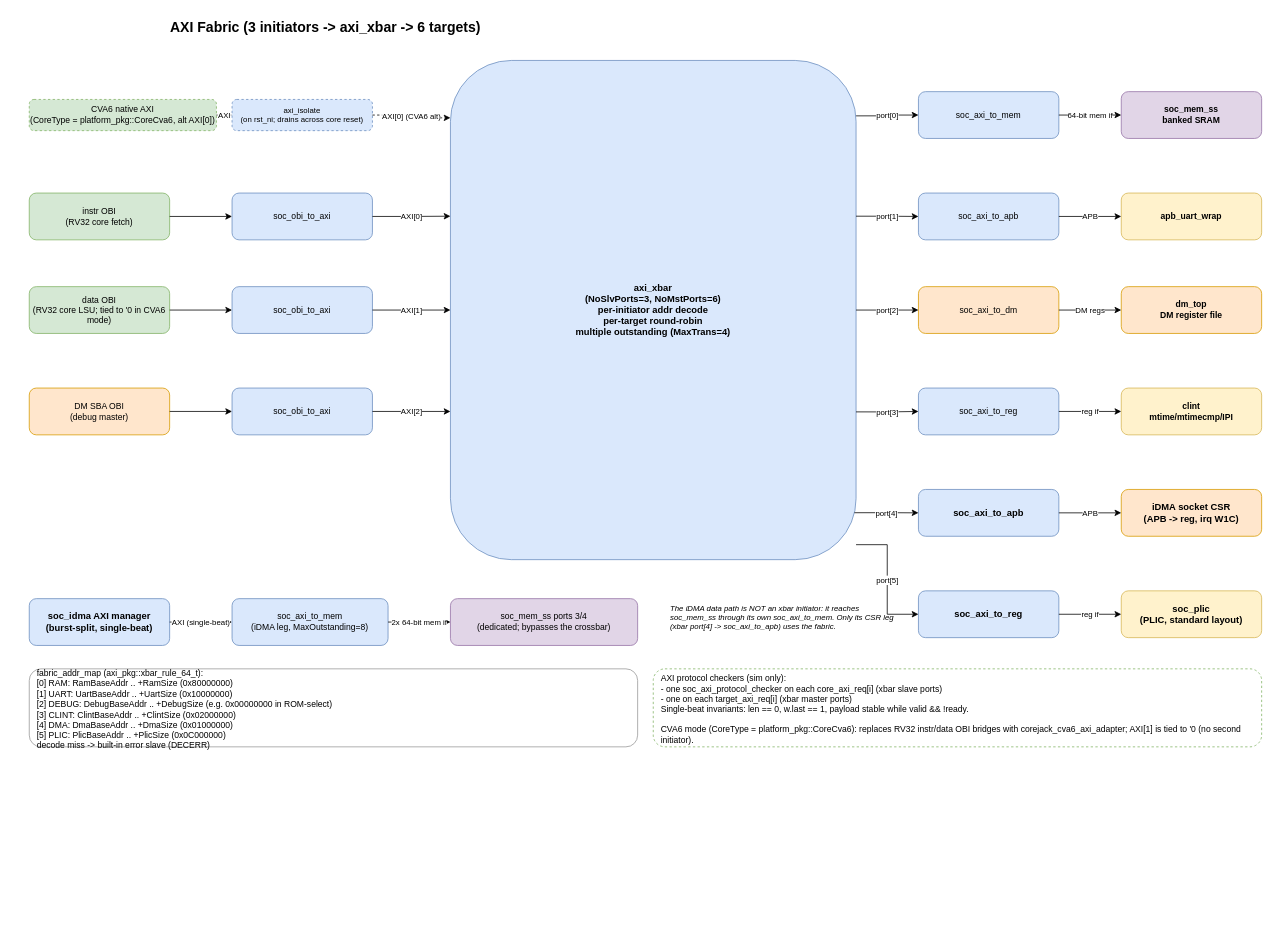
patrickerich/corejack keeps this draw.io diagram as page "AXI Fabric" (2 of 8) of docs/source/media/corejack_soc.drawio. Above is the earlier version. Source tidied: cells renumbered, new cells numbered last; positions are measured from the earlier drawing's top-left corner, leaving out a move shared by most shapes. Both pictures are drawn from the tidied source at 78%, with x=0, y=0 at pixel (13, 13).
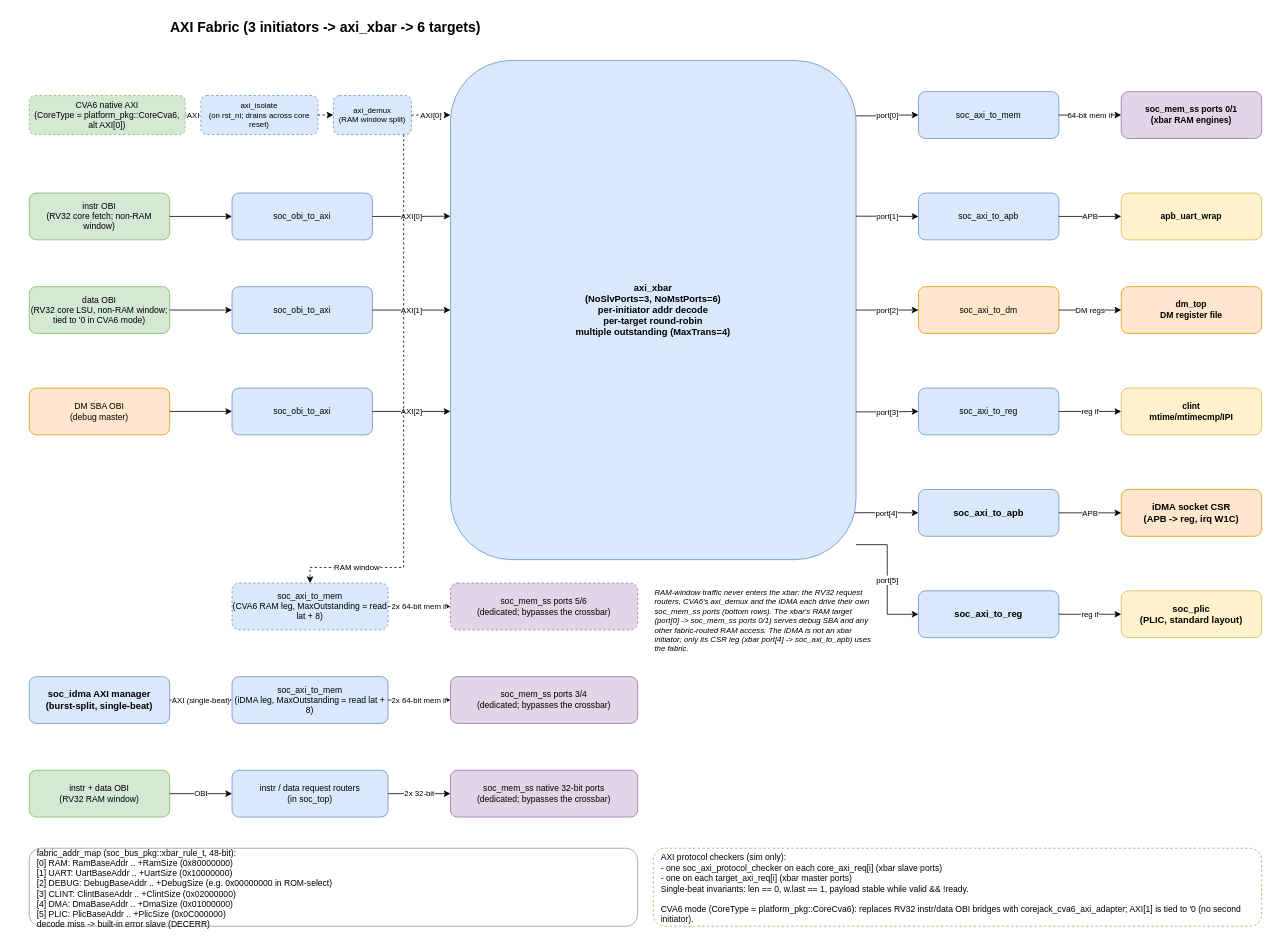
Above is the later version.

The change refers to these unchanged cells:
```xml
<mxCell id="10" value="axi_xbar&#10;(NoSlvPorts=3, NoMstPorts=6)&#10;per-initiator addr decode&#10;per-target round-robin&#10;multiple outstanding (MaxTrans=4)" style="rounded=1;whiteSpace=wrap;html=1;fillColor=#dae8fc;strokeColor=#6c8ebf;fontSize=12;fontStyle=1;verticalAlign=middle;" parent="1" vertex="1">
  <mxGeometry x="560" y="60" width="520" height="640" as="geometry" />
</mxCell>
```

The edit, as a diff of the source:
```diff
@@
     <mxCell id="3" value="CVA6 native AXI&#10;(CoreType = platform_pkg::CoreCva6, alt AXI[0])" style="rounded=1;whiteSpace=wrap;html=1;fillColor=#d5e8d4;strokeColor=#82b366;fontSize=11;verticalAlign=middle;dashed=1;" parent="1" vertex="1">
-      <mxGeometry x="20" y="110" width="240" height="40" as="geometry" />
+      <mxGeometry x="20" y="105" width="200" height="50" as="geometry" />
     </mxCell>
-    <mxCell id="4" value="instr OBI&#10;(RV32 core fetch)" style="rounded=1;whiteSpace=wrap;html=1;fillColor=#d5e8d4;strokeColor=#82b366;fontSize=11;verticalAlign=middle;" parent="1" vertex="1">
+    <mxCell id="4" value="instr OBI&#10;(RV32 core fetch; non-RAM window)" style="rounded=1;whiteSpace=wrap;html=1;fillColor=#d5e8d4;strokeColor=#82b366;fontSize=11;verticalAlign=middle;" parent="1" vertex="1">
       <mxGeometry x="20" y="230" width="180" height="60" as="geometry" />
     </mxCell>
-    <mxCell id="5" value="data OBI&#10;(RV32 core LSU; tied to '0 in CVA6 mode)" style="rounded=1;whiteSpace=wrap;html=1;fillColor=#d5e8d4;strokeColor=#82b366;fontSize=11;verticalAlign=middle;" parent="1" vertex="1">
+    <mxCell id="5" value="data OBI&#10;(RV32 core LSU, non-RAM window;&#10;tied to '0 in CVA6 mode)" style="rounded=1;whiteSpace=wrap;html=1;fillColor=#d5e8d4;strokeColor=#82b366;fontSize=11;verticalAlign=middle;" parent="1" vertex="1">
       <mxGeometry x="20" y="350" width="180" height="60" as="geometry" />
     </mxCell>
@@
     <mxCell id="11" value="soc_idma AXI manager&#10;(burst-split, single-beat)" style="rounded=1;whiteSpace=wrap;html=1;fillColor=#dae8fc;strokeColor=#6c8ebf;fontSize=12;fontStyle=1;verticalAlign=middle;" parent="1" vertex="1">
-      <mxGeometry x="20" y="750" width="180" height="60" as="geometry" />
+      <mxGeometry x="20" y="850" width="180" height="60" as="geometry" />
     </mxCell>
@@
-    <mxCell id="25" value="soc_mem_ss&#10;banked SRAM" style="rounded=1;whiteSpace=wrap;html=1;fillColor=#e1d5e7;strokeColor=#9673a6;fontSize=11;fontStyle=1;verticalAlign=middle;" parent="1" vertex="1">
+    <mxCell id="25" value="soc_mem_ss ports 0/1&#10;(xbar RAM engines)" style="rounded=1;whiteSpace=wrap;html=1;fillColor=#e1d5e7;strokeColor=#9673a6;fontSize=11;fontStyle=1;verticalAlign=middle;" parent="1" vertex="1">
       <mxGeometry x="1420" y="100" width="180" height="60" as="geometry" />
     </mxCell>
@@
-    <mxCell id="29" value="fabric_addr_map (axi_pkg::xbar_rule_64_t):&#10;[0] RAM:   RamBaseAddr   .. +RamSize     (0x80000000)&#10;[1] UART:  UartBaseAddr  .. +UartSize    (0x10000000)&#10;[2] DEBUG: DebugBaseAddr .. +DebugSize   (e.g. 0x00000000 in ROM-select)&#10;[3] CLINT: ClintBaseAddr .. +ClintSize   (0x02000000)&#10;[4] DMA:   DmaBaseAddr   .. +DmaSize     (0x01000000)&#10;[5] PLIC:  PlicBaseAddr  .. +PlicSize    (0x0C000000)&#10;decode miss -&gt; built-in error slave (DECERR)" style="rounded=1;whiteSpace=wrap;html=1;fillColor=#FFFFFF;strokeColor=#999999;fontSize=11;align=left;spacingLeft=8;spacingTop=4;" parent="1" vertex="1">
-      <mxGeometry x="20" y="840" width="780" height="100" as="geometry" />
+    <mxCell id="29" value="fabric_addr_map (soc_bus_pkg::xbar_rule_t, 48-bit):&#10;[0] RAM:   RamBaseAddr   .. +RamSize     (0x80000000)&#10;[1] UART:  UartBaseAddr  .. +UartSize    (0x10000000)&#10;[2] DEBUG: DebugBaseAddr .. +DebugSize   (e.g. 0x00000000 in ROM-select)&#10;[3] CLINT: ClintBaseAddr .. +ClintSize   (0x02000000)&#10;[4] DMA:   DmaBaseAddr   .. +DmaSize     (0x01000000)&#10;[5] PLIC:  PlicBaseAddr  .. +PlicSize    (0x0C000000)&#10;decode miss -&gt; built-in error slave (DECERR)" style="rounded=1;whiteSpace=wrap;html=1;fillColor=#FFFFFF;strokeColor=#999999;fontSize=11;align=left;spacingLeft=8;spacingTop=4;" parent="1" vertex="1">
+      <mxGeometry x="20" y="1070" width="780" height="100" as="geometry" />
     </mxCell>
     <mxCell id="30" value="AXI protocol checkers (sim only):&#10;- one soc_axi_protocol_checker on each core_axi_req[i] (xbar slave ports)&#10;- one on each target_axi_req[i] (xbar master ports)&#10;Single-beat invariants: len == 0, w.last == 1, payload stable while valid &amp;&amp; !ready.&#10;&#10;CVA6 mode (CoreType = platform_pkg::CoreCva6): replaces RV32 instr/data OBI bridges with corejack_cva6_axi_adapter; AXI[1] is tied to '0 (no second initiator)." style="rounded=1;whiteSpace=wrap;html=1;fillColor=#FFFFFF;strokeColor=#82b366;fontSize=11;align=left;spacingLeft=8;spacingTop=4;dashed=1;" parent="1" vertex="1">
-      <mxGeometry x="820" y="840" width="780" height="100" as="geometry" />
+      <mxGeometry x="820" y="1070" width="780" height="100" as="geometry" />
     </mxCell>
@@
     <mxCell id="46" value="axi_isolate&#10;(on rst_ni; drains across core reset)" style="rounded=1;whiteSpace=wrap;html=1;fillColor=#dae8fc;strokeColor=#6c8ebf;fontSize=10;verticalAlign=middle;dashed=1;" parent="1" vertex="1">
-      <mxGeometry x="280" y="110" width="180" height="40" as="geometry" />
+      <mxGeometry x="240" y="105" width="150" height="50" as="geometry" />
     </mxCell>
+    <mxCell id="52" value="axi_demux&#10;(RAM window split)" style="rounded=1;whiteSpace=wrap;html=1;fillColor=#dae8fc;strokeColor=#6c8ebf;fontSize=11;verticalAlign=middle;dashed=1;fontSize=10;" parent="1" vertex="1">
+      <mxGeometry x="410" y="105" width="100" height="50" as="geometry" />
+    </mxCell>
-    <mxCell id="47" value="AXI[0] (CVA6 alt)" style="endArrow=classic;html=1;edgeStyle=orthogonalEdgeStyle;rounded=0;exitX=1;exitY=0.5;fontSize=10;dashed=1;entryX=0;entryY=0.115;entryDx=0;entryDy=0;entryPerimeter=0;" parent="1" edge="1" source="46" target="10">
+    <mxCell id="47" style="endArrow=classic;html=1;edgeStyle=orthogonalEdgeStyle;rounded=0;exitX=1;exitY=0.5;fontSize=10;dashed=1;entryX=0;entryY=0.5;" parent="1" edge="1" source="46" target="52">
       <mxGeometry relative="1" as="geometry" />
     </mxCell>
+    <mxCell id="53" value="AXI[0]" style="endArrow=classic;html=1;edgeStyle=orthogonalEdgeStyle;rounded=0;fontSize=10;exitX=1;exitY=0.5;entryX=0;entryY=0.1094;dashed=1;" parent="1" edge="1" source="52" target="10">
+      <mxGeometry relative="1" as="geometry" />
+    </mxCell>
+    <mxCell id="54" value="soc_axi_to_mem&#10;(CVA6 RAM leg, MaxOutstanding = read lat + 8)" style="rounded=1;whiteSpace=wrap;html=1;fillColor=#dae8fc;strokeColor=#6c8ebf;fontSize=11;verticalAlign=middle;dashed=1;" parent="1" vertex="1">
+      <mxGeometry x="280" y="730" width="200" height="60" as="geometry" />
+    </mxCell>
+    <mxCell id="55" value="soc_mem_ss ports 5/6&#10;(dedicated; bypasses the crossbar)" style="rounded=1;whiteSpace=wrap;html=1;fillColor=#e1d5e7;strokeColor=#9673a6;fontSize=11;verticalAlign=middle;dashed=1;" parent="1" vertex="1">
+      <mxGeometry x="560" y="730" width="240" height="60" as="geometry" />
+    </mxCell>
+    <mxCell id="56" value="RAM window" style="endArrow=classic;html=1;edgeStyle=orthogonalEdgeStyle;rounded=0;fontSize=10;exitX=0.9;exitY=1;entryX=0.5;entryY=0;dashed=1;" parent="1" edge="1" source="52" target="54">
+      <mxGeometry x="0.77" relative="1" as="geometry">
+        <Array as="points">
+          <mxPoint x="500" y="710" />
+          <mxPoint x="380" y="710" />
+        </Array>
+      </mxGeometry>
+    </mxCell>
+    <mxCell id="57" value="2x 64-bit mem if" style="endArrow=classic;html=1;edgeStyle=orthogonalEdgeStyle;rounded=0;fontSize=10;exitX=1;exitY=0.5;entryX=0;entryY=0.5;dashed=1;" parent="1" edge="1" source="54" target="55">
+      <mxGeometry relative="1" as="geometry" />
+    </mxCell>
+    <mxCell id="58" value="instr + data OBI&#10;(RV32 RAM window)" style="rounded=1;whiteSpace=wrap;html=1;fillColor=#d5e8d4;strokeColor=#82b366;fontSize=11;verticalAlign=middle;" parent="1" vertex="1">
+      <mxGeometry x="20" y="970" width="180" height="60" as="geometry" />
+    </mxCell>
+    <mxCell id="59" value="instr / data request routers&#10;(in soc_top)" style="rounded=1;whiteSpace=wrap;html=1;fillColor=#dae8fc;strokeColor=#6c8ebf;fontSize=11;verticalAlign=middle;" parent="1" vertex="1">
+      <mxGeometry x="280" y="970" width="200" height="60" as="geometry" />
+    </mxCell>
+    <mxCell id="60" value="soc_mem_ss native 32-bit ports&#10;(dedicated; bypasses the crossbar)" style="rounded=1;whiteSpace=wrap;html=1;fillColor=#e1d5e7;strokeColor=#9673a6;fontSize=11;verticalAlign=middle;" parent="1" vertex="1">
+      <mxGeometry x="560" y="970" width="240" height="60" as="geometry" />
+    </mxCell>
+    <mxCell id="61" value="OBI" style="endArrow=classic;html=1;edgeStyle=orthogonalEdgeStyle;rounded=0;fontSize=10;exitX=1;exitY=0.5;entryX=0;entryY=0.5;" parent="1" edge="1" source="58" target="59">
+      <mxGeometry relative="1" as="geometry" />
+    </mxCell>
+    <mxCell id="62" value="2x 32-bit" style="endArrow=classic;html=1;edgeStyle=orthogonalEdgeStyle;rounded=0;fontSize=10;exitX=1;exitY=0.5;entryX=0;entryY=0.5;" parent="1" edge="1" source="59" target="60">
+      <mxGeometry relative="1" as="geometry" />
+    </mxCell>
-    <mxCell id="48" value="soc_axi_to_mem&#10;(iDMA leg, MaxOutstanding=8)" style="rounded=1;whiteSpace=wrap;html=1;fillColor=#dae8fc;strokeColor=#6c8ebf;fontSize=11;verticalAlign=middle;" parent="1" vertex="1">
-      <mxGeometry x="280" y="750" width="200" height="60" as="geometry" />
+    <mxCell id="48" value="soc_axi_to_mem&#10;(iDMA leg, MaxOutstanding = read lat + 8)" style="rounded=1;whiteSpace=wrap;html=1;fillColor=#dae8fc;strokeColor=#6c8ebf;fontSize=11;verticalAlign=middle;" parent="1" vertex="1">
+      <mxGeometry x="280" y="850" width="200" height="60" as="geometry" />
     </mxCell>
     <mxCell id="49" value="soc_mem_ss ports 3/4&#10;(dedicated; bypasses the crossbar)" style="rounded=1;whiteSpace=wrap;html=1;fillColor=#e1d5e7;strokeColor=#9673a6;fontSize=11;verticalAlign=middle;" parent="1" vertex="1">
-      <mxGeometry x="560" y="750" width="240" height="60" as="geometry" />
+      <mxGeometry x="560" y="850" width="240" height="60" as="geometry" />
     </mxCell>
@@
-    <mxCell id="51" value="The iDMA data path is NOT an xbar initiator: it reaches soc_mem_ss through its own soc_axi_to_mem. Only its CSR leg (xbar port[4] -&gt; soc_axi_to_apb) uses the fabric." style="text;html=1;strokeColor=none;fillColor=none;align=left;verticalAlign=top;whiteSpace=wrap;rounded=0;fontSize=10;fontStyle=2;" parent="1" vertex="1">
-      <mxGeometry x="840" y="750" width="300" height="70" as="geometry" />
+    <mxCell id="51" value="RAM-window traffic never enters the xbar: the RV32 request routers, CVA6's axi_demux and the iDMA each drive their own soc_mem_ss ports (bottom rows). The xbar's RAM target (port[0] -&gt; soc_mem_ss ports 0/1) serves debug SBA and any other fabric-routed RAM access. The iDMA is not an xbar initiator; only its CSR leg (xbar port[4] -&gt; soc_axi_to_apb) uses the fabric." style="text;html=1;strokeColor=none;fillColor=none;align=left;verticalAlign=top;whiteSpace=wrap;rounded=0;fontSize=10;fontStyle=2;" parent="1" vertex="1">
+      <mxGeometry x="820" y="730" width="280" height="300" as="geometry" />
     </mxCell>
```
